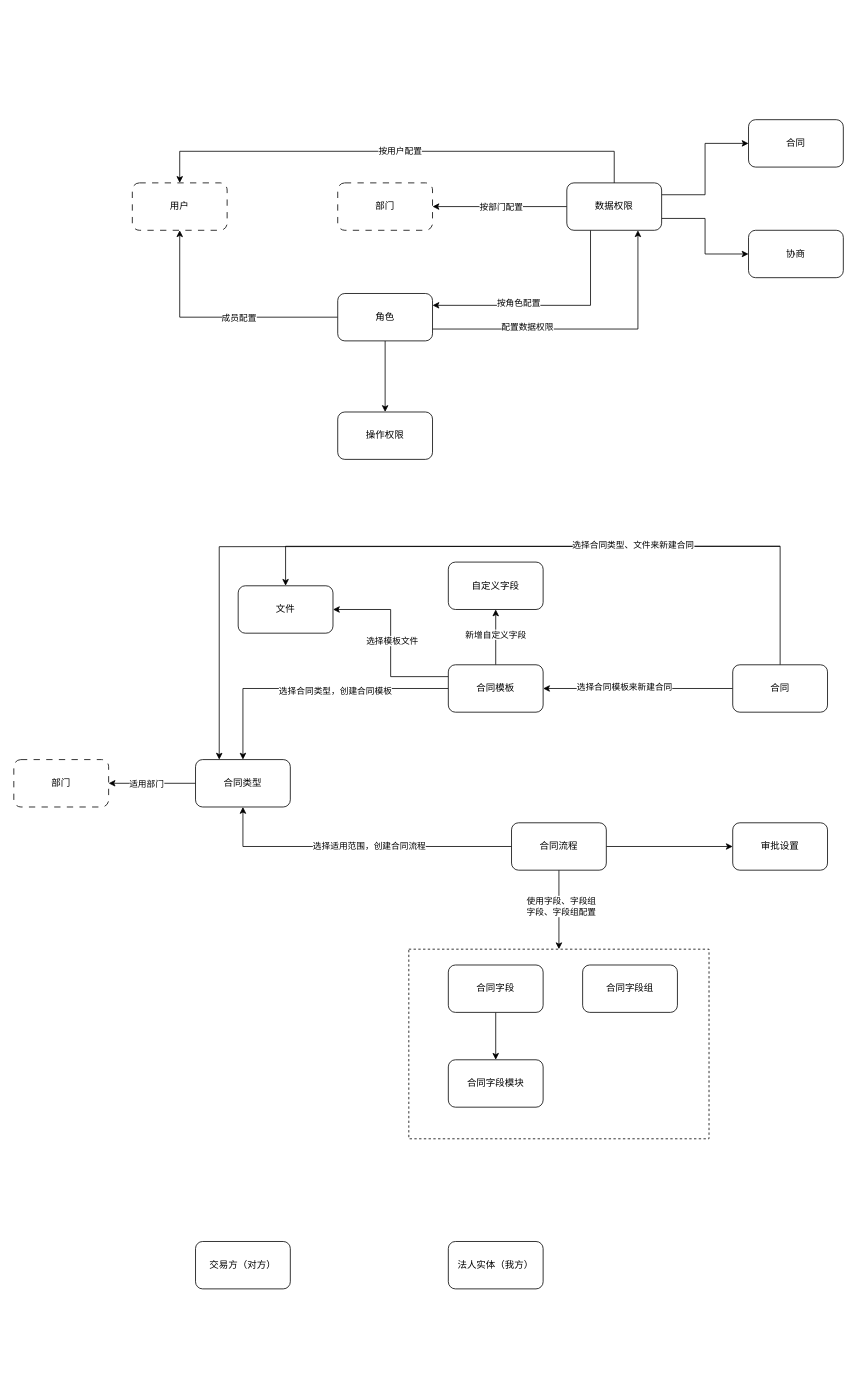
The draw.io diagram page "业务架构" (3 of 3) of qfei/contract/er.drawio in jerryduan/draw, before the edit. Source tidied: cells renumbered, new cells numbered last; positions are measured from the earlier drawing's top-left corner, leaving out a move shared by most shapes. Both pictures are drawn from the tidied source at 79%, with x=0, y=0 at pixel (13, 119).
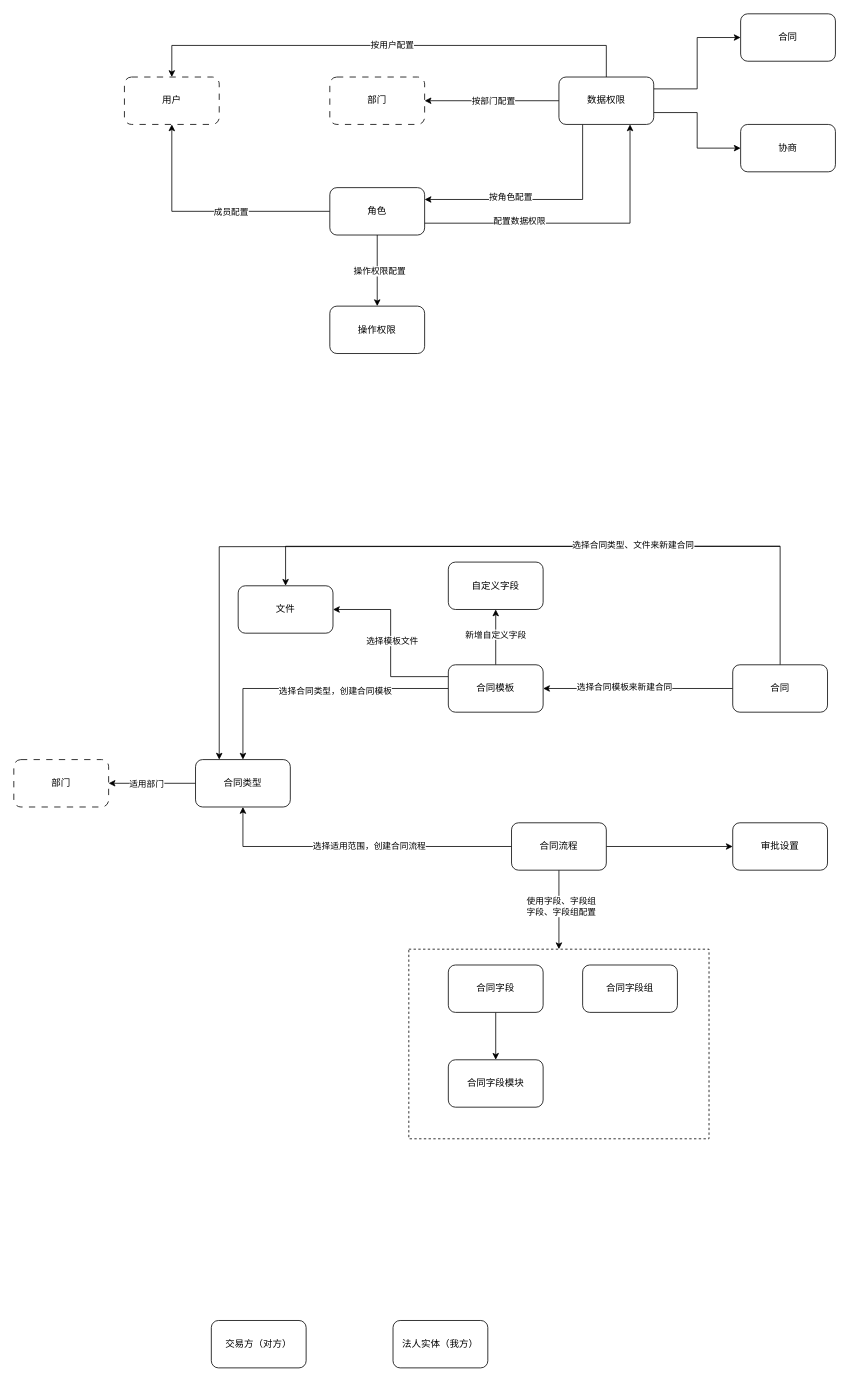
After the change.

Unchanged cells that the change refers to:
```xml
<mxCell id="35" style="edgeStyle=orthogonalEdgeStyle;rounded=0;jettySize=auto;html=1;entryX=0.5;entryY=0;entryDx=0;entryDy=0;" parent="1" edge="1" source="36" target="37">
  <mxGeometry relative="1" as="geometry" />
</mxCell>
```

The edit, as a diff of the source:
```diff
@@
     <mxCell id="14" value="交易方（对方）" style="rounded=1;whiteSpace=wrap;html=1;" parent="1" vertex="1">
-      <mxGeometry x="230" y="1420" width="120" height="60" as="geometry" />
+      <mxGeometry x="250" y="1520" width="120" height="60" as="geometry" />
     </mxCell>
     <mxCell id="15" value="法人实体（我方）" style="rounded=1;whiteSpace=wrap;html=1;" parent="1" vertex="1">
-      <mxGeometry x="550" y="1420" width="120" height="60" as="geometry" />
+      <mxGeometry x="480" y="1520" width="120" height="60" as="geometry" />
     </mxCell>
     <mxCell id="16" value="用户" style="rounded=1;whiteSpace=wrap;html=1;dashed=1;dashPattern=8 8;" parent="1" vertex="1">
-      <mxGeometry x="150" y="80" width="120" height="60" as="geometry" />
+      <mxGeometry x="140" y="-54" width="120" height="60" as="geometry" />
     </mxCell>
     <mxCell id="17" value="部门" style="rounded=1;whiteSpace=wrap;html=1;dashed=1;dashPattern=8 8;" parent="1" vertex="1">
-      <mxGeometry x="410" y="80" width="120" height="60" as="geometry" />
+      <mxGeometry x="400" y="-54" width="120" height="60" as="geometry" />
     </mxCell>
@@
+    <mxCell id="55" value="操作权限配置" style="edgeLabel;html=1;align=center;verticalAlign=middle;" parent="35" vertex="1">
+      <mxGeometry y="2" relative="1" as="geometry" />
+    </mxCell>
     <mxCell id="36" value="角色" style="rounded=1;whiteSpace=wrap;html=1;" parent="1" vertex="1">
-      <mxGeometry x="410" y="220" width="120" height="60" as="geometry" />
+      <mxGeometry x="400" y="86" width="120" height="60" as="geometry" />
     </mxCell>
     <mxCell id="37" value="操作权限" style="rounded=1;whiteSpace=wrap;html=1;" parent="1" vertex="1">
-      <mxGeometry x="410" y="370" width="120" height="60" as="geometry" />
+      <mxGeometry x="400" y="236" width="120" height="60" as="geometry" />
     </mxCell>
@@
     <mxCell id="42" style="edgeStyle=orthogonalEdgeStyle;rounded=0;jettySize=auto;html=1;exitX=0.5;exitY=0;exitDx=0;exitDy=0;entryX=0.5;entryY=0;entryDx=0;entryDy=0;" parent="1" edge="1" source="46" target="16">
       <mxGeometry relative="1" as="geometry">
         <Array as="points">
-          <mxPoint x="760" y="40" />
-          <mxPoint x="210" y="40" />
+          <mxPoint x="750" y="-94" />
+          <mxPoint x="200" y="-94" />
         </Array>
       </mxGeometry>
     </mxCell>
@@
     <mxCell id="46" value="数据权限" style="rounded=1;whiteSpace=wrap;html=1;" parent="1" vertex="1">
-      <mxGeometry x="700" y="80" width="120" height="60" as="geometry" />
+      <mxGeometry x="690" y="-54" width="120" height="60" as="geometry" />
     </mxCell>
     <mxCell id="47" value="合同" style="rounded=1;whiteSpace=wrap;html=1;" parent="1" vertex="1">
-      <mxGeometry x="930" width="120" height="60" as="geometry" />
+      <mxGeometry x="920" y="-134" width="120" height="60" as="geometry" />
     </mxCell>
     <mxCell id="48" value="协商" style="rounded=1;whiteSpace=wrap;html=1;" parent="1" vertex="1">
-      <mxGeometry x="930" y="140" width="120" height="60" as="geometry" />
+      <mxGeometry x="920" y="6" width="120" height="60" as="geometry" />
     </mxCell>
```
